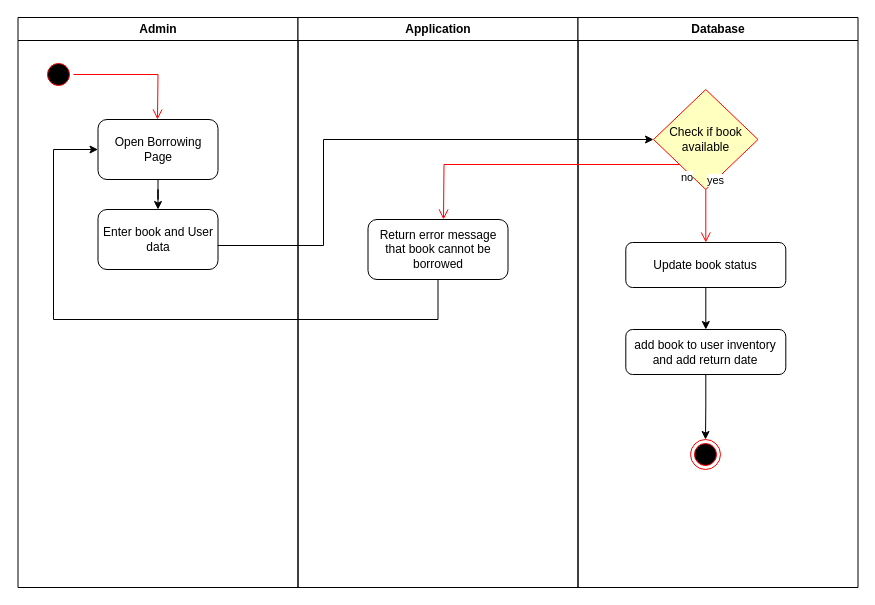
Above: docs/assets/activity_borrow.drawio in jashan-s1/Team5 (draw.io), before the change. Source tidied: cells renumbered, new cells numbered last; positions are measured from the earlier drawing's top-left corner, leaving out a move shared by most shapes. Both pictures are drawn from the tidied source at 100%, with x=0, y=0 at pixel (17, 17).
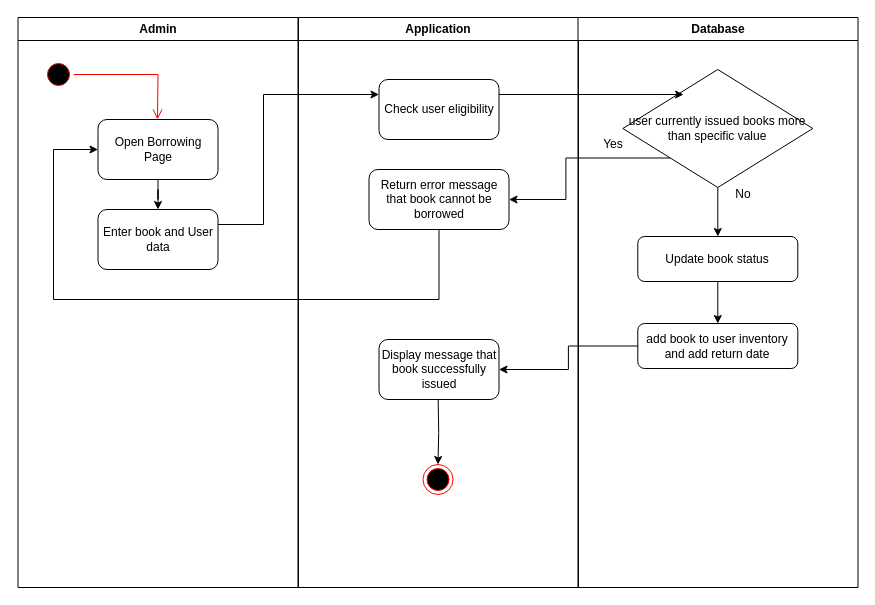
After the change.

Commit message (it also covers changes not shown here):
updated borrow actinity diagram

Unchanged cells that the change refers to:
```xml
<mxCell id="5" value="Enter book and User data" style="rounded=1;whiteSpace=wrap;html=1;" parent="2" vertex="1">
  <mxGeometry x="80" y="192" width="120" height="60" as="geometry" />
</mxCell>
<mxCell id="7" value="Open Borrowing Page" style="rounded=1;whiteSpace=wrap;html=1;" parent="2" vertex="1">
  <mxGeometry x="80" y="102" width="120" height="60" as="geometry" />
</mxCell>
<mxCell id="10" value="Database" style="swimlane;whiteSpace=wrap;" parent="1" vertex="1">
  <mxGeometry x="560.5" width="280" height="570" as="geometry" />
</mxCell>
```

The edit, as a diff of the source:
```diff
@@
     <mxCell id="8" value="Application" style="swimlane;whiteSpace=wrap;" parent="1" vertex="1">
-      <mxGeometry x="280.5" width="280" height="570" as="geometry" />
+      <mxGeometry x="281" width="280" height="570" as="geometry" />
     </mxCell>
     <mxCell id="9" value="Return error message that book cannot be borrowed" style="rounded=1;whiteSpace=wrap;html=1;" parent="8" vertex="1">
-      <mxGeometry x="70" y="202" width="140" height="60" as="geometry" />
+      <mxGeometry x="70.5" y="152" width="140" height="60" as="geometry" />
     </mxCell>
+    <mxCell id="21" value="Check user eligibility" style="rounded=1;whiteSpace=wrap;html=1;" parent="8" vertex="1">
+      <mxGeometry x="80.5" y="62" width="120" height="60" as="geometry" />
+    </mxCell>
+    <mxCell id="22" value="Display message that book successfully issued" style="rounded=1;whiteSpace=wrap;html=1;" parent="8" vertex="1">
+      <mxGeometry x="80.5" y="322" width="120" height="60" as="geometry" />
+    </mxCell>
+    <mxCell id="18" style="ellipse;html=1;shape=endState;fillColor=#000000;strokeColor=#ff0000;" parent="8" vertex="1">
+      <mxGeometry x="124.5" y="447" width="30" height="30" as="geometry" />
+    </mxCell>
+    <mxCell id="16" style="edgeStyle=orthogonalEdgeStyle;rounded=0;jettySize=auto;html=1;entryX=0.5;entryY=0;entryDx=0;entryDy=0;" parent="8" edge="1" target="18">
+      <mxGeometry relative="1" as="geometry">
+        <mxPoint x="139.7" y="382" as="sourcePoint" />
+      </mxGeometry>
+    </mxCell>
@@
-    <mxCell id="11" value="Check if book available" style="rhombus;whiteSpace=wrap;html=1;fontColor=#000000;fillColor=#ffffc0;strokeColor=#ff0000;" parent="10" vertex="1">
-      <mxGeometry x="75.5" y="72" width="104.5" height="100" as="geometry" />
-    </mxCell>
-    <mxCell id="12" value="yes" style="edgeStyle=orthogonalEdgeStyle;html=1;align=left;verticalAlign=bottom;endArrow=open;endSize=8;strokeColor=#ff0000;rounded=0;entryX=0.5;entryY=0;entryDx=0;entryDy=0;" parent="10" edge="1" source="11" target="15">
-      <mxGeometry x="-1" relative="1" as="geometry" />
-    </mxCell>
-    <mxCell id="13" value="no" style="edgeStyle=orthogonalEdgeStyle;html=1;align=left;verticalAlign=top;endArrow=open;endSize=8;strokeColor=#ff0000;rounded=0;exitX=0;exitY=1;exitDx=0;exitDy=0;" parent="10" edge="1" source="11">
-      <mxGeometry x="-1" relative="1" as="geometry">
-        <mxPoint x="-134.5" y="202" as="targetPoint" />
-      </mxGeometry>
-    </mxCell>
@@
     <mxCell id="15" value="Update book status" style="rounded=1;whiteSpace=wrap;html=1;" parent="10" vertex="1">
-      <mxGeometry x="47.8" y="225" width="160" height="45" as="geometry" />
+      <mxGeometry x="59.8" y="219" width="160" height="45" as="geometry" />
     </mxCell>
-    <mxCell id="16" style="edgeStyle=orthogonalEdgeStyle;rounded=0;jettySize=auto;html=1;entryX=0.5;entryY=0;entryDx=0;entryDy=0;" parent="10" edge="1" source="17" target="18">
-      <mxGeometry relative="1" as="geometry" />
-    </mxCell>
     <mxCell id="17" value="add book to user inventory and add return date" style="rounded=1;whiteSpace=wrap;html=1;" parent="10" vertex="1">
-      <mxGeometry x="47.8" y="312" width="160" height="45" as="geometry" />
+      <mxGeometry x="59.8" y="306" width="160" height="45" as="geometry" />
     </mxCell>
-    <mxCell id="18" style="ellipse;html=1;shape=endState;fillColor=#000000;strokeColor=#ff0000;" parent="10" vertex="1">
-      <mxGeometry x="112.5" y="422" width="30" height="30" as="geometry" />
-    </mxCell>
-    <mxCell id="19" style="edgeStyle=orthogonalEdgeStyle;rounded=0;jettySize=auto;html=1;entryX=0;entryY=0.5;entryDx=0;entryDy=0;exitX=0.998;exitY=0.6;exitDx=0;exitDy=0;exitPerimeter=0;" parent="1" edge="1" source="5" target="11">
-      <mxGeometry relative="1" as="geometry">
-        <Array as="points">
-          <mxPoint x="306" y="228" />
-          <mxPoint x="306" y="122" />
-        </Array>
-      </mxGeometry>
-    </mxCell>
+    <mxCell id="23" style="edgeStyle=orthogonalEdgeStyle;rounded=0;jettySize=auto;html=1;entryX=0.5;entryY=0;entryDx=0;entryDy=0;" parent="10" edge="1" source="24" target="15">
+      <mxGeometry relative="1" as="geometry" />
+    </mxCell>
+    <mxCell id="24" value="user currently issued books more than specific value" style="rhombus;whiteSpace=wrap;html=1;" parent="10" vertex="1">
+      <mxGeometry x="44.8" y="52" width="190" height="118" as="geometry" />
+    </mxCell>
+    <mxCell id="25" value="Yes" style="text;html=1;strokeColor=none;fillColor=none;align=center;verticalAlign=middle;whiteSpace=wrap;rounded=0;" parent="10" vertex="1">
+      <mxGeometry x="5.5" y="112" width="60" height="30" as="geometry" />
+    </mxCell>
+    <mxCell id="26" value="No" style="text;html=1;strokeColor=none;fillColor=none;align=center;verticalAlign=middle;whiteSpace=wrap;rounded=0;" parent="10" vertex="1">
+      <mxGeometry x="135.5" y="162" width="60" height="30" as="geometry" />
+    </mxCell>
     <mxCell id="20" style="edgeStyle=orthogonalEdgeStyle;rounded=0;jettySize=auto;html=1;entryX=0;entryY=0.5;entryDx=0;entryDy=0;" parent="1" edge="1" source="9" target="7">
       <mxGeometry relative="1" as="geometry">
         <Array as="points">
-          <mxPoint x="421" y="302" />
-          <mxPoint x="36" y="302" />
+          <mxPoint x="422" y="282" />
+          <mxPoint x="36" y="282" />
           <mxPoint x="36" y="132" />
         </Array>
       </mxGeometry>
     </mxCell>
+    <mxCell id="27" style="edgeStyle=orthogonalEdgeStyle;rounded=0;jettySize=auto;html=1;exitX=1;exitY=0.25;exitDx=0;exitDy=0;entryX=0;entryY=0.25;entryDx=0;entryDy=0;" parent="1" edge="1" source="5" target="21">
+      <mxGeometry relative="1" as="geometry">
+        <Array as="points">
+          <mxPoint x="246" y="207" />
+          <mxPoint x="246" y="77" />
+        </Array>
+      </mxGeometry>
+    </mxCell>
+    <mxCell id="28" style="edgeStyle=orthogonalEdgeStyle;rounded=0;jettySize=auto;html=1;exitX=1;exitY=0.25;exitDx=0;exitDy=0;entryX=0.32;entryY=0.212;entryDx=0;entryDy=0;entryPerimeter=0;" parent="1" edge="1" source="21" target="24">
+      <mxGeometry relative="1" as="geometry" />
+    </mxCell>
+    <mxCell id="29" style="edgeStyle=orthogonalEdgeStyle;rounded=0;jettySize=auto;html=1;exitX=0;exitY=1;exitDx=0;exitDy=0;" parent="1" edge="1" source="24" target="9">
+      <mxGeometry relative="1" as="geometry" />
+    </mxCell>
+    <mxCell id="30" style="edgeStyle=orthogonalEdgeStyle;rounded=0;jettySize=auto;html=1;entryX=1;entryY=0.5;entryDx=0;entryDy=0;" parent="1" edge="1" source="17" target="22">
+      <mxGeometry relative="1" as="geometry" />
+    </mxCell>
```
